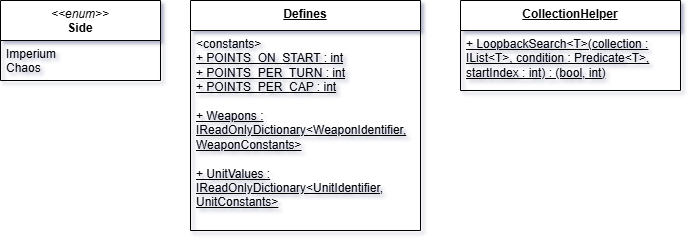
Before: Documents/Diagram/Model_Universal.png, a diagram exported from draw.io (GrG0312/Szakdolgozat). Source tidied: cells renumbered, new cells last; positions are measured from the earlier drawing's top-left corner, leaving out a move shared by most shapes.
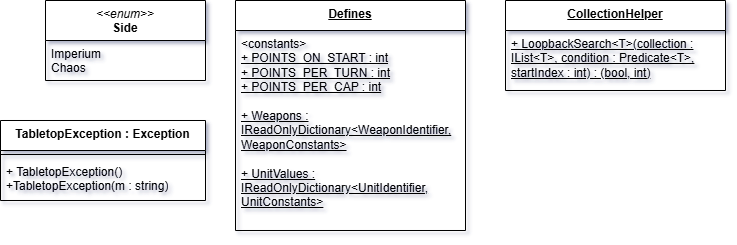
Later version of the same file.

Diff of the diagram source:
```diff
@@ -20,5 +20,14 @@
     <mxCell id="7" value="&amp;lt;constants&amp;gt;&lt;div&gt;&lt;u&gt;+ POINTS_ON_START : int&lt;/u&gt;&lt;/div&gt;&lt;div&gt;&lt;u&gt;+ POINTS_PER_TURN : int&lt;/u&gt;&lt;/div&gt;&lt;div&gt;&lt;u&gt;+ POINTS_PER_CAP : int&lt;/u&gt;&lt;/div&gt;&lt;div&gt;&lt;u&gt;&lt;br&gt;&lt;/u&gt;&lt;/div&gt;&lt;div&gt;&lt;u&gt;+ Weapons : IReadOnlyDictionary&amp;lt;WeaponIdentifier, WeaponConstants&amp;gt;&lt;/u&gt;&lt;/div&gt;&lt;div&gt;&lt;u&gt;&lt;br&gt;&lt;/u&gt;&lt;/div&gt;&lt;div&gt;&lt;u&gt;+ UnitValues : IReadOnlyDictionary&amp;lt;UnitIdentifier, UnitConstants&amp;gt;&lt;/u&gt;&lt;/div&gt;" style="text;strokeColor=none;fillColor=none;align=left;verticalAlign=top;spacingLeft=4;spacingRight=4;overflow=hidden;whiteSpace=wrap;html=1;rounded=0;labelBackgroundColor=none;" parent="6" vertex="1">
       <mxGeometry y="30" width="230" height="200" as="geometry" />
     </mxCell>
+    <mxCell id="8" value="&lt;div&gt;&lt;span style=&quot;background-color: transparent; color: light-dark(rgb(0, 0, 0), rgb(255, 255, 255));&quot;&gt;TabletopException : Exception&lt;/span&gt;&lt;/div&gt;" style="swimlane;fontStyle=1;align=center;verticalAlign=top;horizontal=1;startSize=30;whiteSpace=wrap;html=1;labelBackgroundColor=none;" parent="1" vertex="1">
+      <mxGeometry x="-45" y="120" width="205" height="80" as="geometry" />
+    </mxCell>
+    <mxCell id="9" style="line;strokeWidth=1;fillColor=none;align=left;verticalAlign=middle;spacingTop=-1;spacingLeft=3;spacingRight=3;labelPosition=right;labelBackgroundColor=none;" parent="8" vertex="1">
+      <mxGeometry y="30" width="205" height="8" as="geometry" />
+    </mxCell>
+    <mxCell id="10" value="+ TabletopException()&lt;div&gt;+TabletopException(m : string)&lt;/div&gt;" style="text;strokeColor=none;fillColor=none;align=left;verticalAlign=top;spacingLeft=4;spacingRight=4;overflow=hidden;whiteSpace=wrap;html=1;labelBackgroundColor=none;" parent="8" vertex="1">
+      <mxGeometry y="38" width="205" height="42" as="geometry" />
+    </mxCell>
   </root>
 </mxGraphModel>
```
